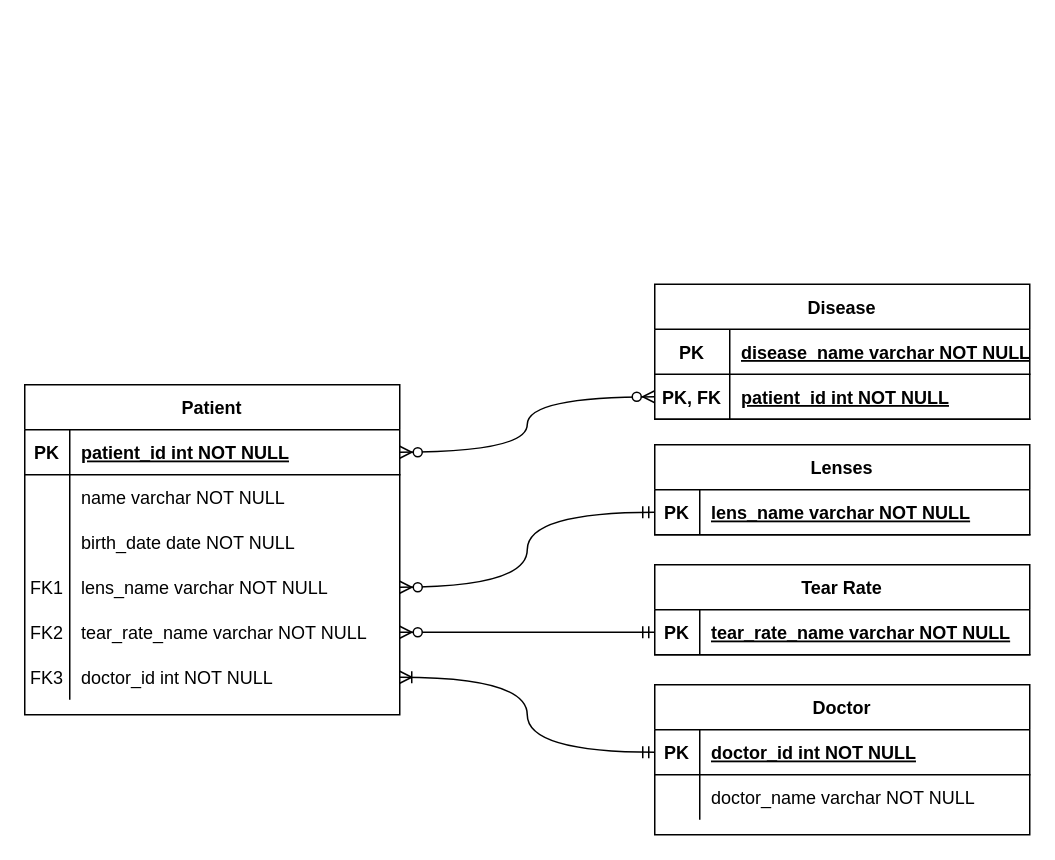
Earlier version of the draw.io diagram AMD Final Projects.drawio (FableArman542/AMD_FinalProject). Source tidied: cells renumbered, new cells numbered last; positions are measured from the earlier drawing's top-left corner, leaving out a move shared by most shapes. Both pictures are drawn from the tidied source at 150%, with x=0, y=0 at pixel (24, 284).
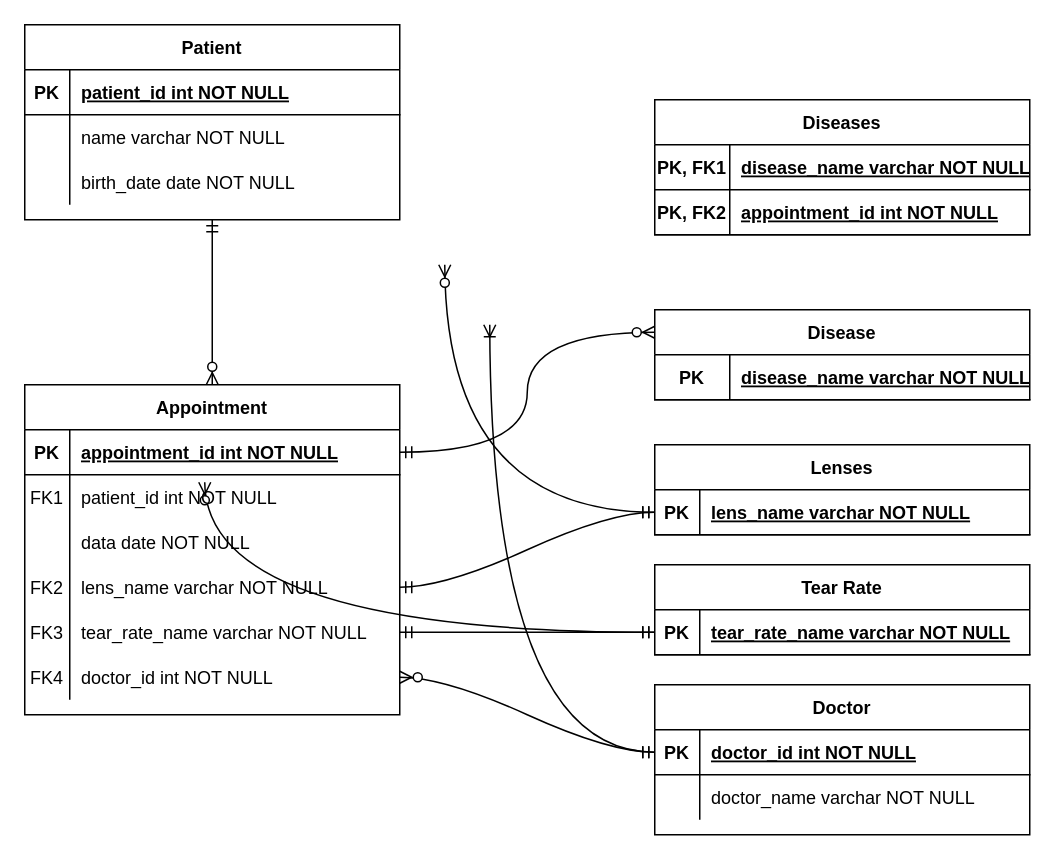
After the change.

Unchanged cells that the change refers to:
```xml
<mxCell id="3" style="shape=partialRectangle;fillColor=none;points=[[0,0.5],[1,0.5]];portConstraint=eastwest;top=0;left=0;right=0;bottom=1;" parent="2" vertex="1">
  <mxGeometry y="30" width="250" height="30" as="geometry" />
</mxCell>
<mxCell id="22" style="shape=partialRectangle;fillColor=none;points=[[0,0.5],[1,0.5]];portConstraint=eastwest;top=0;left=0;right=0;bottom=1;" parent="21" vertex="1">
  <mxGeometry y="30" width="250" height="30" as="geometry" />
</mxCell>
<mxCell id="29" style="shape=partialRectangle;fillColor=none;top=0;left=0;right=0;bottom=1;" parent="28" vertex="1">
  <mxGeometry y="30" width="250" height="30" as="geometry" />
</mxCell>
<mxCell id="32" style="shape=partialRectangle;fillColor=none;points=[[0,0.5],[1,0.5]];portConstraint=eastwest;top=0;left=0;right=0;bottom=1;" parent="28" vertex="1">
  <mxGeometry y="60" width="250" height="30" as="geometry" />
</mxCell>
<mxCell id="37" style="shape=partialRectangle;fillColor=none;points=[[0,0.5],[1,0.5]];portConstraint=eastwest;top=0;left=0;right=0;bottom=1;" parent="36" vertex="1">
  <mxGeometry y="30" width="250" height="30" as="geometry" />
</mxCell>
<mxCell id="41" style="shape=partialRectangle;fillColor=none;points=[[0,0.5],[1,0.5]];portConstraint=eastwest;top=0;left=0;right=0;bottom=1;" parent="40" vertex="1">
  <mxGeometry y="30" width="250" height="30" as="geometry" />
</mxCell>
```

Diff of the diagram source:
```diff
@@
     <mxCell id="2" value="Patient" style="shape=table;startSize=30;childLayout=tableLayout;rowLines=0;fontStyle=1;align=center;" parent="1" vertex="1">
-      <mxGeometry y="67" width="250" height="220" as="geometry" />
+      <mxGeometry y="-173" width="250" height="130" as="geometry" />
     </mxCell>
@@
-    <mxCell id="12" style="shape=partialRectangle;fillColor=none;points=[[0,0.5],[1,0.5]];portConstraint=eastwest;top=0;left=0;right=0;bottom=0;" parent="2" vertex="1">
-      <mxGeometry y="120" width="250" height="30" as="geometry" />
-    </mxCell>
-    <mxCell id="13" value="FK1" style="shape=partialRectangle;overflow=hidden;fillColor=none;top=0;left=0;bottom=0;right=0;" parent="12" vertex="1">
-      <mxGeometry width="30" height="30" as="geometry" />
-    </mxCell>
-    <mxCell id="14" value="lens_name varchar NOT NULL" style="shape=partialRectangle;overflow=hidden;fillColor=none;top=0;left=0;bottom=0;right=0;align=left;spacingLeft=6;" parent="12" vertex="1">
-      <mxGeometry x="30" width="220" height="30" as="geometry" />
-    </mxCell>
-    <mxCell id="15" style="shape=partialRectangle;fillColor=none;points=[[0,0.5],[1,0.5]];portConstraint=eastwest;top=0;left=0;right=0;bottom=0;" parent="2" vertex="1">
-      <mxGeometry y="150" width="250" height="30" as="geometry" />
-    </mxCell>
-    <mxCell id="16" value="FK2" style="shape=partialRectangle;overflow=hidden;fillColor=none;top=0;left=0;bottom=0;right=0;" parent="15" vertex="1">
-      <mxGeometry width="30" height="30" as="geometry" />
-    </mxCell>
-    <mxCell id="17" value="tear_rate_name varchar NOT NULL" style="shape=partialRectangle;overflow=hidden;fillColor=none;top=0;left=0;bottom=0;right=0;align=left;spacingLeft=6;" parent="15" vertex="1">
-      <mxGeometry x="30" width="220" height="30" as="geometry" />
-    </mxCell>
-    <mxCell id="18" style="shape=partialRectangle;fillColor=none;points=[[0,0.5],[1,0.5]];portConstraint=eastwest;top=0;left=0;right=0;bottom=0;" parent="2" vertex="1">
-      <mxGeometry y="180" width="250" height="30" as="geometry" />
-    </mxCell>
-    <mxCell id="19" value="FK3" style="shape=partialRectangle;overflow=hidden;fillColor=none;top=0;left=0;bottom=0;right=0;" parent="18" vertex="1">
-      <mxGeometry width="30" height="30" as="geometry" />
-    </mxCell>
-    <mxCell id="20" value="doctor_id int NOT NULL" style="shape=partialRectangle;overflow=hidden;fillColor=none;top=0;left=0;bottom=0;right=0;align=left;spacingLeft=6;" parent="18" vertex="1">
-      <mxGeometry x="30" width="220" height="30" as="geometry" />
-    </mxCell>
@@
-    <mxCell id="28" value="Disease" style="shape=table;startSize=30;childLayout=tableLayout;rowLines=0;fontStyle=1;align=center;flipH=1;flipV=0;" parent="1" vertex="1">
-      <mxGeometry x="420" width="250" height="90" as="geometry" />
+    <mxCell id="28" value="Diseases" style="shape=table;startSize=30;childLayout=tableLayout;rowLines=0;fontStyle=1;align=center;flipH=1;flipV=0;" parent="1" vertex="1">
+      <mxGeometry x="420" y="-123" width="250" height="90" as="geometry" />
     </mxCell>
@@
-    <mxCell id="30" value="PK" style="shape=partialRectangle;overflow=hidden;fillColor=none;top=0;left=0;bottom=0;right=0;fontStyle=1;" parent="29" vertex="1">
+    <mxCell id="30" value="PK, FK1" style="shape=partialRectangle;overflow=hidden;fillColor=none;top=0;left=0;bottom=0;right=0;fontStyle=1;" parent="29" vertex="1">
       <mxGeometry width="50" height="30" as="geometry" />
     </mxCell>
@@
-    <mxCell id="33" value="PK, FK" style="shape=partialRectangle;overflow=hidden;fillColor=none;top=0;left=0;bottom=0;right=0;fontStyle=1;" parent="32" vertex="1">
+    <mxCell id="33" value="PK, FK2" style="shape=partialRectangle;overflow=hidden;fillColor=none;top=0;left=0;bottom=0;right=0;fontStyle=1;" parent="32" vertex="1">
       <mxGeometry width="50" height="30" as="geometry" />
     </mxCell>
-    <mxCell id="34" value="patient_id int NOT NULL" style="shape=partialRectangle;overflow=hidden;fillColor=none;top=0;left=0;bottom=0;right=0;align=left;spacingLeft=6;fontStyle=5;" parent="32" vertex="1">
+    <mxCell id="34" value="appointment_id int NOT NULL" style="shape=partialRectangle;overflow=hidden;fillColor=none;top=0;left=0;bottom=0;right=0;align=left;spacingLeft=6;fontStyle=5;" parent="32" vertex="1">
       <mxGeometry x="50" width="200" height="30" as="geometry" />
     </mxCell>
-    <mxCell id="35" style="edgeStyle=orthogonalEdgeStyle;fontSize=12;html=1;endArrow=ERzeroToMany;endFill=1;startArrow=ERzeroToMany;rounded=0;exitX=1;exitY=0.5;exitDx=0;exitDy=0;entryX=0;entryY=0.5;entryDx=0;entryDy=0;curved=1;" parent="1" edge="1" source="3" target="32">
-      <mxGeometry relative="1" as="geometry" />
-    </mxCell>
@@
-    <mxCell id="44" style="edgeStyle=orthogonalEdgeStyle;fontSize=12;html=1;endArrow=ERzeroToMany;startArrow=ERmandOne;rounded=0;entryX=1;entryY=0.5;entryDx=0;entryDy=0;exitX=0;exitY=0.5;exitDx=0;exitDy=0;curved=1;" parent="1" edge="1" source="41" target="12">
-      <mxGeometry relative="1" as="geometry" />
+    <mxCell id="44" style="edgeStyle=orthogonalEdgeStyle;fontSize=12;html=1;endArrow=ERzeroToMany;startArrow=ERmandOne;rounded=0;entryX=1;entryY=0.5;entryDx=0;entryDy=0;exitX=0;exitY=0.5;exitDx=0;exitDy=0;curved=1;" parent="1" edge="1" source="41">
+      <mxGeometry relative="1" as="geometry">
+        <mxPoint x="280" y="-13" as="targetPoint" />
+      </mxGeometry>
     </mxCell>
-    <mxCell id="45" style="edgeStyle=orthogonalEdgeStyle;fontSize=12;html=1;endArrow=ERzeroToMany;startArrow=ERmandOne;rounded=0;entryX=1;entryY=0.5;entryDx=0;entryDy=0;exitX=0;exitY=0.5;exitDx=0;exitDy=0;elbow=vertical;curved=1;" parent="1" edge="1" source="37" target="15">
-      <mxGeometry relative="1" as="geometry" />
+    <mxCell id="45" style="edgeStyle=orthogonalEdgeStyle;fontSize=12;html=1;endArrow=ERzeroToMany;startArrow=ERmandOne;rounded=0;entryX=1;entryY=0.5;entryDx=0;entryDy=0;exitX=0;exitY=0.5;exitDx=0;exitDy=0;elbow=vertical;curved=1;" parent="1" edge="1" source="37">
+      <mxGeometry relative="1" as="geometry">
+        <mxPoint x="120" y="132" as="targetPoint" />
+      </mxGeometry>
     </mxCell>
-    <mxCell id="46" style="fontSize=12;html=1;endArrow=ERoneToMany;startArrow=ERmandOne;rounded=0;elbow=vertical;exitX=0;exitY=0.5;exitDx=0;exitDy=0;entryX=1;entryY=0.5;entryDx=0;entryDy=0;edgeStyle=orthogonalEdgeStyle;curved=1;" parent="1" edge="1" source="22" target="18">
-      <mxGeometry relative="1" as="geometry" />
+    <mxCell id="46" style="fontSize=12;html=1;endArrow=ERoneToMany;startArrow=ERmandOne;rounded=0;elbow=vertical;exitX=0;exitY=0.5;exitDx=0;exitDy=0;entryX=1;entryY=0.5;entryDx=0;entryDy=0;edgeStyle=orthogonalEdgeStyle;curved=1;" parent="1" edge="1" source="22">
+      <mxGeometry relative="1" as="geometry">
+        <mxPoint x="310" y="27" as="targetPoint" />
+      </mxGeometry>
     </mxCell>
+    <mxCell id="47" value="Appointment" style="shape=table;startSize=30;childLayout=tableLayout;rowLines=0;fontStyle=1;align=center;" parent="1" vertex="1">
+      <mxGeometry y="67" width="250" height="220" as="geometry" />
+    </mxCell>
+    <mxCell id="48" style="shape=partialRectangle;fillColor=none;points=[[0,0.5],[1,0.5]];portConstraint=eastwest;top=0;left=0;right=0;bottom=1;" parent="47" vertex="1">
+      <mxGeometry y="30" width="250" height="30" as="geometry" />
+    </mxCell>
+    <mxCell id="49" value="PK" style="shape=partialRectangle;overflow=hidden;fillColor=none;top=0;left=0;bottom=0;right=0;fontStyle=1;" parent="48" vertex="1">
+      <mxGeometry width="30" height="30" as="geometry" />
+    </mxCell>
+    <mxCell id="50" value="appointment_id int NOT NULL " style="shape=partialRectangle;overflow=hidden;fillColor=none;top=0;left=0;bottom=0;right=0;align=left;spacingLeft=6;fontStyle=5;" parent="48" vertex="1">
+      <mxGeometry x="30" width="220" height="30" as="geometry" />
+    </mxCell>
+    <mxCell id="51" style="shape=partialRectangle;fillColor=none;top=0;left=0;right=0;bottom=0;" parent="47" vertex="1">
+      <mxGeometry y="60" width="250" height="30" as="geometry" />
+    </mxCell>
+    <mxCell id="13" value="FK1" style="shape=partialRectangle;overflow=hidden;fillColor=none;top=0;left=0;bottom=0;right=0;" parent="51" vertex="1">
+      <mxGeometry width="30" height="30" as="geometry" />
+    </mxCell>
+    <mxCell id="52" value="patient_id int NOT NULL" style="shape=partialRectangle;overflow=hidden;fillColor=none;top=0;left=0;bottom=0;right=0;align=left;spacingLeft=6;" parent="51" vertex="1">
+      <mxGeometry x="30" width="220" height="30" as="geometry" />
+    </mxCell>
+    <mxCell id="53" style="shape=partialRectangle;fillColor=none;top=0;left=0;right=0;bottom=0;" parent="47" vertex="1">
+      <mxGeometry y="90" width="250" height="30" as="geometry" />
+    </mxCell>
+    <mxCell id="54" style="shape=partialRectangle;overflow=hidden;fillColor=none;top=0;left=0;bottom=0;right=0;" parent="53" vertex="1">
+      <mxGeometry width="30" height="30" as="geometry" />
+    </mxCell>
+    <mxCell id="55" value="data date NOT NULL" style="shape=partialRectangle;overflow=hidden;fillColor=none;top=0;left=0;bottom=0;right=0;align=left;spacingLeft=6;" parent="53" vertex="1">
+      <mxGeometry x="30" width="220" height="30" as="geometry" />
+    </mxCell>
+    <mxCell id="12" style="shape=partialRectangle;fillColor=none;points=[[0,0.5],[1,0.5]];portConstraint=eastwest;top=0;left=0;right=0;bottom=0;" parent="47" vertex="1">
+      <mxGeometry y="120" width="250" height="30" as="geometry" />
+    </mxCell>
+    <mxCell id="16" value="FK2" style="shape=partialRectangle;overflow=hidden;fillColor=none;top=0;left=0;bottom=0;right=0;" parent="12" vertex="1">
+      <mxGeometry width="30" height="30" as="geometry" />
+    </mxCell>
+    <mxCell id="14" value="lens_name varchar NOT NULL" style="shape=partialRectangle;overflow=hidden;fillColor=none;top=0;left=0;bottom=0;right=0;align=left;spacingLeft=6;" parent="12" vertex="1">
+      <mxGeometry x="30" width="220" height="30" as="geometry" />
+    </mxCell>
+    <mxCell id="15" style="shape=partialRectangle;fillColor=none;points=[[0,0.5],[1,0.5]];portConstraint=eastwest;top=0;left=0;right=0;bottom=0;" parent="47" vertex="1">
+      <mxGeometry y="150" width="250" height="30" as="geometry" />
+    </mxCell>
+    <mxCell id="19" value="FK3" style="shape=partialRectangle;overflow=hidden;fillColor=none;top=0;left=0;bottom=0;right=0;" parent="15" vertex="1">
+      <mxGeometry width="30" height="30" as="geometry" />
+    </mxCell>
+    <mxCell id="17" value="tear_rate_name varchar NOT NULL" style="shape=partialRectangle;overflow=hidden;fillColor=none;top=0;left=0;bottom=0;right=0;align=left;spacingLeft=6;" parent="15" vertex="1">
+      <mxGeometry x="30" width="220" height="30" as="geometry" />
+    </mxCell>
+    <mxCell id="18" style="shape=partialRectangle;fillColor=none;points=[[0,0.5],[1,0.5]];portConstraint=eastwest;top=0;left=0;right=0;bottom=0;" parent="47" vertex="1">
+      <mxGeometry y="180" width="250" height="30" as="geometry" />
+    </mxCell>
+    <mxCell id="56" value="FK4" style="shape=partialRectangle;overflow=hidden;fillColor=none;top=0;left=0;bottom=0;right=0;" parent="18" vertex="1">
+      <mxGeometry width="30" height="30" as="geometry" />
+    </mxCell>
+    <mxCell id="20" value="doctor_id int NOT NULL" style="shape=partialRectangle;overflow=hidden;fillColor=none;top=0;left=0;bottom=0;right=0;align=left;spacingLeft=6;" parent="18" vertex="1">
+      <mxGeometry x="30" width="220" height="30" as="geometry" />
+    </mxCell>
+    <mxCell id="57" style="fontSize=12;html=1;endArrow=ERzeroToMany;startArrow=ERmandOne;rounded=0;entryX=0.5;entryY=0;entryDx=0;entryDy=0;exitX=0.5;exitY=1;exitDx=0;exitDy=0;" parent="1" edge="1" source="2" target="47">
+      <mxGeometry relative="1" as="geometry" />
+    </mxCell>
+    <mxCell id="58" value="Disease" style="shape=table;startSize=30;childLayout=tableLayout;rowLines=0;fontStyle=1;align=center;flipH=1;flipV=0;" parent="1" vertex="1">
+      <mxGeometry x="420" y="17" width="250" height="60" as="geometry" />
+    </mxCell>
+    <mxCell id="59" style="shape=partialRectangle;fillColor=none;top=0;left=0;right=0;bottom=1;" parent="58" vertex="1">
+      <mxGeometry y="30" width="250" height="30" as="geometry" />
+    </mxCell>
+    <mxCell id="60" value="PK" style="shape=partialRectangle;overflow=hidden;fillColor=none;top=0;left=0;bottom=0;right=0;fontStyle=1;" parent="59" vertex="1">
+      <mxGeometry width="50" height="30" as="geometry" />
+    </mxCell>
+    <mxCell id="61" value="disease_name varchar NOT NULL " style="shape=partialRectangle;overflow=hidden;fillColor=none;top=0;left=0;bottom=0;right=0;align=left;spacingLeft=6;fontStyle=5;" parent="59" vertex="1">
+      <mxGeometry x="50" width="200" height="30" as="geometry" />
+    </mxCell>
+    <mxCell id="62" style="fontSize=12;html=1;endArrow=ERzeroToMany;startArrow=ERmandOne;rounded=0;exitX=1;exitY=0.5;exitDx=0;exitDy=0;edgeStyle=orthogonalEdgeStyle;curved=1;entryX=0;entryY=0.25;entryDx=0;entryDy=0;" parent="1" edge="1" source="48" target="58">
+      <mxGeometry relative="1" as="geometry" />
+    </mxCell>
+    <mxCell id="63" style="edgeStyle=entityRelationEdgeStyle;fontSize=12;html=1;endArrow=ERmandOne;startArrow=ERmandOne;rounded=0;curved=1;exitX=1;exitY=0.5;exitDx=0;exitDy=0;entryX=0;entryY=0.5;entryDx=0;entryDy=0;" parent="1" edge="1" source="12" target="41">
+      <mxGeometry relative="1" as="geometry" />
+    </mxCell>
+    <mxCell id="64" style="edgeStyle=entityRelationEdgeStyle;fontSize=12;html=1;endArrow=ERmandOne;startArrow=ERmandOne;rounded=0;curved=1;exitX=1;exitY=0.5;exitDx=0;exitDy=0;entryX=0;entryY=0.5;entryDx=0;entryDy=0;" parent="1" edge="1" source="15" target="37">
+      <mxGeometry relative="1" as="geometry" />
+    </mxCell>
+    <mxCell id="65" style="edgeStyle=entityRelationEdgeStyle;fontSize=12;html=1;endArrow=ERzeroToMany;startArrow=ERmandOne;rounded=0;curved=1;exitX=0;exitY=0.5;exitDx=0;exitDy=0;entryX=1;entryY=0.5;entryDx=0;entryDy=0;" parent="1" edge="1" source="22" target="18">
+      <mxGeometry relative="1" as="geometry" />
+    </mxCell>
```
